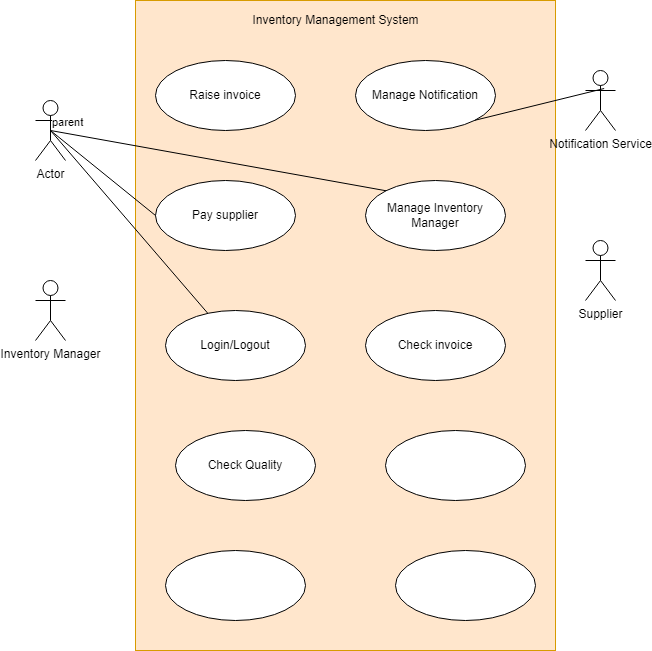
Earlier version of the draw.io export InventoryManagementSystem4.drawio.png (hrk-berserker27/hrk-berserker27). Source tidied: cells renumbered, new cells last; positions are measured from the earlier drawing's top-left corner, leaving out a move shared by most shapes. Source of this version:
```xml
<mxGraphModel>
  <root>
    <mxCell id="0" />
    <mxCell id="1" parent="0" />
    <mxCell id="2" style="rounded=0;whiteSpace=wrap;html=1;fillColor=#ffe6cc;strokeColor=#d79b00;" parent="1" vertex="1">
      <mxGeometry x="100" width="420" height="650" as="geometry" />
    </mxCell>
    <mxCell id="3" value="Actor" style="shape=umlActor;verticalLabelPosition=bottom;verticalAlign=top;html=1;" parent="1" vertex="1">
      <mxGeometry y="100" width="30" height="60" as="geometry" />
    </mxCell>
    <mxCell id="4" value="Inventory Manager" style="shape=umlActor;verticalLabelPosition=bottom;verticalAlign=top;html=1;" parent="1" vertex="1">
      <mxGeometry y="280" width="30" height="60" as="geometry" />
    </mxCell>
    <mxCell id="5" value="Supplier" style="shape=umlActor;verticalLabelPosition=bottom;verticalAlign=top;html=1;" parent="1" vertex="1">
      <mxGeometry x="550" y="240" width="30" height="60" as="geometry" />
    </mxCell>
    <mxCell id="6" value="Pay supplier" style="ellipse;whiteSpace=wrap;html=1;" parent="1" vertex="1">
      <mxGeometry x="120" y="180" width="140" height="70" as="geometry" />
    </mxCell>
    <mxCell id="7" value="Raise invoice" style="ellipse;whiteSpace=wrap;html=1;" parent="1" vertex="1">
      <mxGeometry x="120" y="60" width="140" height="70" as="geometry" />
    </mxCell>
    <mxCell id="8" value="Manage Inventory Manager" style="ellipse;whiteSpace=wrap;html=1;" parent="1" vertex="1">
      <mxGeometry x="330" y="180" width="140" height="70" as="geometry" />
    </mxCell>
    <mxCell id="9" value="Login/Logout" style="ellipse;whiteSpace=wrap;html=1;" parent="1" vertex="1">
      <mxGeometry x="130" y="310" width="140" height="70" as="geometry" />
    </mxCell>
    <mxCell id="10" value="Check invoice" style="ellipse;whiteSpace=wrap;html=1;" parent="1" vertex="1">
      <mxGeometry x="330" y="310" width="140" height="70" as="geometry" />
    </mxCell>
    <mxCell id="11" value="Check Quality" style="ellipse;whiteSpace=wrap;html=1;" parent="1" vertex="1">
      <mxGeometry x="140" y="430" width="140" height="70" as="geometry" />
    </mxCell>
    <mxCell id="12" value="Notification Service" style="shape=umlActor;verticalLabelPosition=bottom;verticalAlign=top;html=1;" parent="1" vertex="1">
      <mxGeometry x="550" y="70" width="30" height="60" as="geometry" />
    </mxCell>
    <mxCell id="13" value="Manage Notification" style="ellipse;whiteSpace=wrap;html=1;" parent="1" vertex="1">
      <mxGeometry x="320" y="60" width="140" height="70" as="geometry" />
    </mxCell>
    <mxCell id="14" style="endArrow=none;html=1;rounded=0;exitX=0.5;exitY=0.5;exitDx=0;exitDy=0;exitPerimeter=0;entryX=0;entryY=0.5;entryDx=0;entryDy=0;" parent="1" edge="1" source="3" target="6">
      <mxGeometry relative="1" as="geometry" />
    </mxCell>
    <mxCell id="15" style="endArrow=none;html=1;rounded=0;exitX=0.5;exitY=0.5;exitDx=0;exitDy=0;exitPerimeter=0;" parent="1" edge="1" source="3" target="9">
      <mxGeometry relative="1" as="geometry" />
    </mxCell>
    <mxCell id="16" style="endArrow=none;html=1;rounded=0;exitX=0.5;exitY=0.5;exitDx=0;exitDy=0;exitPerimeter=0;entryX=0;entryY=0;entryDx=0;entryDy=0;" parent="1" edge="1" source="3" target="8">
      <mxGeometry relative="1" as="geometry" />
    </mxCell>
    <mxCell id="17" value="parent" style="edgeLabel;html=1;align=left;verticalAlign=bottom;" parent="16" vertex="1">
      <mxGeometry x="-1" relative="1" as="geometry" />
    </mxCell>
    <mxCell id="18" style="endArrow=none;html=1;rounded=0;entryX=0.622;entryY=0.3;entryDx=0;entryDy=0;entryPerimeter=0;exitX=1;exitY=1;exitDx=0;exitDy=0;" parent="1" edge="1" source="13" target="12">
      <mxGeometry relative="1" as="geometry" />
    </mxCell>
    <mxCell id="19" style="ellipse;whiteSpace=wrap;html=1;" parent="1" vertex="1">
      <mxGeometry x="350" y="430" width="140" height="70" as="geometry" />
    </mxCell>
    <mxCell id="20" style="ellipse;whiteSpace=wrap;html=1;" parent="1" vertex="1">
      <mxGeometry x="130" y="550" width="140" height="70" as="geometry" />
    </mxCell>
    <mxCell id="21" style="ellipse;whiteSpace=wrap;html=1;" parent="1" vertex="1">
      <mxGeometry x="360" y="550" width="140" height="70" as="geometry" />
    </mxCell>
    <mxCell id="22" value="Inventory Management System" style="text;html=1;align=center;verticalAlign=middle;fillColor=none;strokeColor=none;rounded=0;" parent="1" vertex="1">
      <mxGeometry x="210" y="10" width="180" height="20" as="geometry" />
    </mxCell>
  </root>
</mxGraphModel>
```
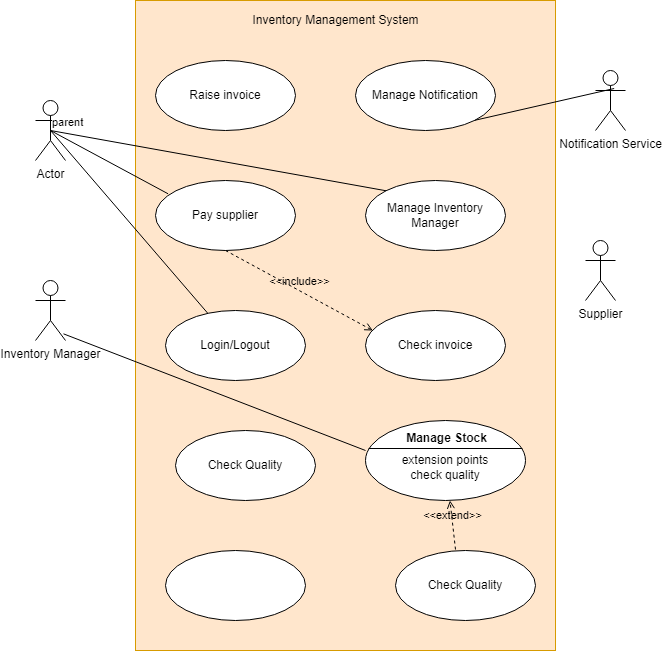
The same file after the commit.

What changed in the source:
```diff
@@ -33,12 +33,12 @@
       <mxGeometry x="140" y="430" width="140" height="70" as="geometry" />
     </mxCell>
     <mxCell id="12" value="Notification Service" style="shape=umlActor;verticalLabelPosition=bottom;verticalAlign=top;html=1;" parent="1" vertex="1">
-      <mxGeometry x="550" y="70" width="30" height="60" as="geometry" />
+      <mxGeometry x="560" y="70" width="30" height="60" as="geometry" />
     </mxCell>
     <mxCell id="13" value="Manage Notification" style="ellipse;whiteSpace=wrap;html=1;" parent="1" vertex="1">
       <mxGeometry x="320" y="60" width="140" height="70" as="geometry" />
     </mxCell>
-    <mxCell id="14" style="endArrow=none;html=1;rounded=0;exitX=0.5;exitY=0.5;exitDx=0;exitDy=0;exitPerimeter=0;entryX=0;entryY=0.5;entryDx=0;entryDy=0;" parent="1" edge="1" source="3" target="6">
+    <mxCell id="14" style="endArrow=none;html=1;rounded=0;exitX=0.5;exitY=0.5;exitDx=0;exitDy=0;exitPerimeter=0;entryX=0.09;entryY=0.19;entryDx=0;entryDy=0;entryPerimeter=0;" parent="1" edge="1" source="3" target="6">
       <mxGeometry relative="1" as="geometry" />
     </mxCell>
     <mxCell id="15" style="endArrow=none;html=1;rounded=0;exitX=0.5;exitY=0.5;exitDx=0;exitDy=0;exitPerimeter=0;" parent="1" edge="1" source="3" target="9">
@@ -53,17 +53,36 @@
     <mxCell id="18" style="endArrow=none;html=1;rounded=0;entryX=0.622;entryY=0.3;entryDx=0;entryDy=0;entryPerimeter=0;exitX=1;exitY=1;exitDx=0;exitDy=0;" parent="1" edge="1" source="13" target="12">
       <mxGeometry relative="1" as="geometry" />
     </mxCell>
-    <mxCell id="19" style="ellipse;whiteSpace=wrap;html=1;" parent="1" vertex="1">
-      <mxGeometry x="350" y="430" width="140" height="70" as="geometry" />
-    </mxCell>
     <mxCell id="20" style="ellipse;whiteSpace=wrap;html=1;" parent="1" vertex="1">
       <mxGeometry x="130" y="550" width="140" height="70" as="geometry" />
     </mxCell>
-    <mxCell id="21" style="ellipse;whiteSpace=wrap;html=1;" parent="1" vertex="1">
+    <mxCell id="21" value="Check Quality" style="ellipse;whiteSpace=wrap;html=1;" parent="1" vertex="1">
       <mxGeometry x="360" y="550" width="140" height="70" as="geometry" />
     </mxCell>
     <mxCell id="22" value="Inventory Management System" style="text;html=1;align=center;verticalAlign=middle;fillColor=none;strokeColor=none;rounded=0;" parent="1" vertex="1">
       <mxGeometry x="210" y="10" width="180" height="20" as="geometry" />
     </mxCell>
+    <mxCell id="23" value="&amp;lt;&amp;lt;include&amp;gt;&amp;gt;" style="html=1;verticalAlign=bottom;labelBackgroundColor=none;endArrow=open;endFill=0;dashed=1;rounded=0;entryX=0.052;entryY=0.286;entryDx=0;entryDy=0;entryPerimeter=0;exitX=0.5;exitY=1;exitDx=0;exitDy=0;" parent="1" edge="1" source="6" target="10">
+      <mxGeometry relative="1" as="geometry" />
+    </mxCell>
+    <mxCell id="24" value="&lt;br&gt;extension points&lt;br&gt;check quality" style="html=1;shape=mxgraph.sysml.useCaseExtPt;whiteSpace=wrap;align=center;" parent="1" vertex="1">
+      <mxGeometry x="330" y="420" width="160" height="80" as="geometry" />
+    </mxCell>
+    <mxCell id="25" value="Manage Stock" style="html=1;verticalAlign=middle;align=center;labelBackgroundColor=none;fontStyle=1;" parent="24" vertex="1">
+      <mxGeometry x="80" y="17" as="geometry" />
+    </mxCell>
+    <mxCell id="26" style="edgeStyle=none;rounded=0;orthogonalLoop=1;jettySize=auto;html=1;entryX=0.5;entryY=0;entryDx=0;entryDy=0;" parent="1" edge="1" source="21" target="21">
+      <mxGeometry relative="1" as="geometry" />
+    </mxCell>
+    <mxCell id="27" value="&amp;lt;&amp;lt;extend&amp;gt;&amp;gt;" style="html=1;verticalAlign=bottom;labelBackgroundColor=none;endArrow=open;endFill=0;dashed=1;rounded=0;" parent="1" edge="1" target="24">
+      <mxGeometry relative="1" as="geometry">
+        <mxPoint x="420" y="549" as="sourcePoint" />
+      </mxGeometry>
+    </mxCell>
+    <mxCell id="28" style="endArrow=none;html=1;rounded=0;exitX=0.933;exitY=0.889;exitDx=0;exitDy=0;exitPerimeter=0;" parent="1" edge="1" source="4">
+      <mxGeometry relative="1" as="geometry">
+        <mxPoint x="330" y="450" as="targetPoint" />
+      </mxGeometry>
+    </mxCell>
   </root>
 </mxGraphModel>
```
